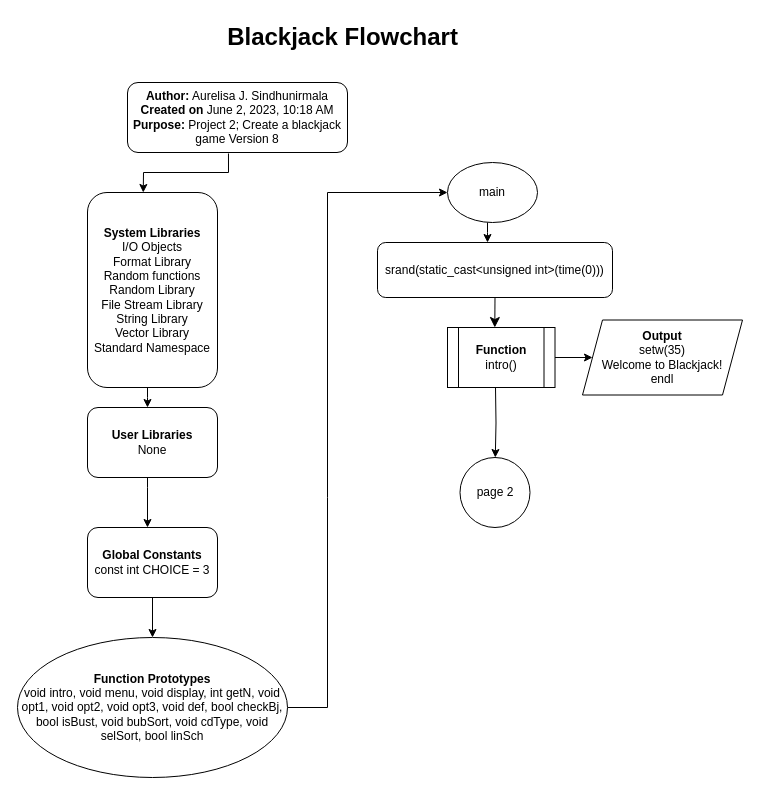
Before: page "Page-1" (1 of 24) of Flowchart_Project2_AurelisaSindhunirmala.drawio.xml in aurelisajuan/Blackjack, a draw.io diagram. Source tidied: cells renumbered, new cells numbered last; positions are measured from the earlier drawing's top-left corner, leaving out a move shared by most shapes. Both pictures are drawn from the tidied source at 100%, with x=0, y=0 at pixel (17, 17).
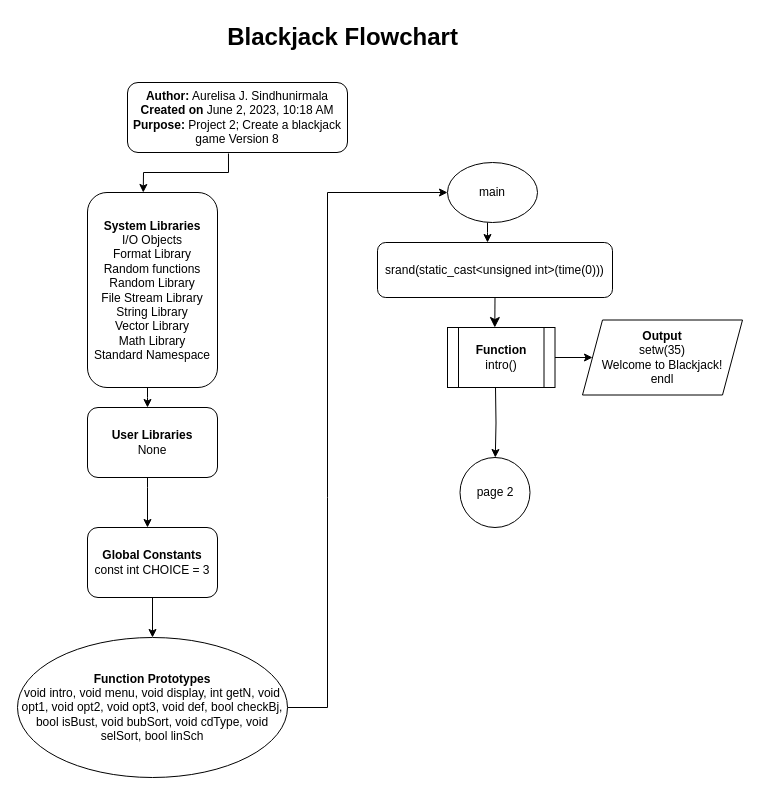
The same diagram, later.

What changed in the source:
```diff
@@
-    <mxCell id="5" value="&lt;b&gt;System Libraries&lt;/b&gt;&lt;br&gt;I/O Objects&lt;br&gt;Format Library&lt;br&gt;Random functions&lt;br&gt;Random Library&lt;br&gt;File Stream Library&lt;br&gt;String Library&lt;br&gt;Vector Library&lt;br&gt;Standard Namespace" style="rounded=1;whiteSpace=wrap;html=1;" parent="1" vertex="1">
+    <mxCell id="5" value="&lt;b&gt;System Libraries&lt;/b&gt;&lt;br&gt;I/O Objects&lt;br&gt;Format Library&lt;br&gt;Random functions&lt;br&gt;Random Library&lt;br&gt;File Stream Library&lt;br&gt;String Library&lt;br&gt;Vector Library&lt;br&gt;Math Library&lt;br&gt;Standard Namespace" style="rounded=1;whiteSpace=wrap;html=1;" parent="1" vertex="1">
       <mxGeometry x="70" y="175" width="130" height="195" as="geometry" />
     </mxCell>
```
